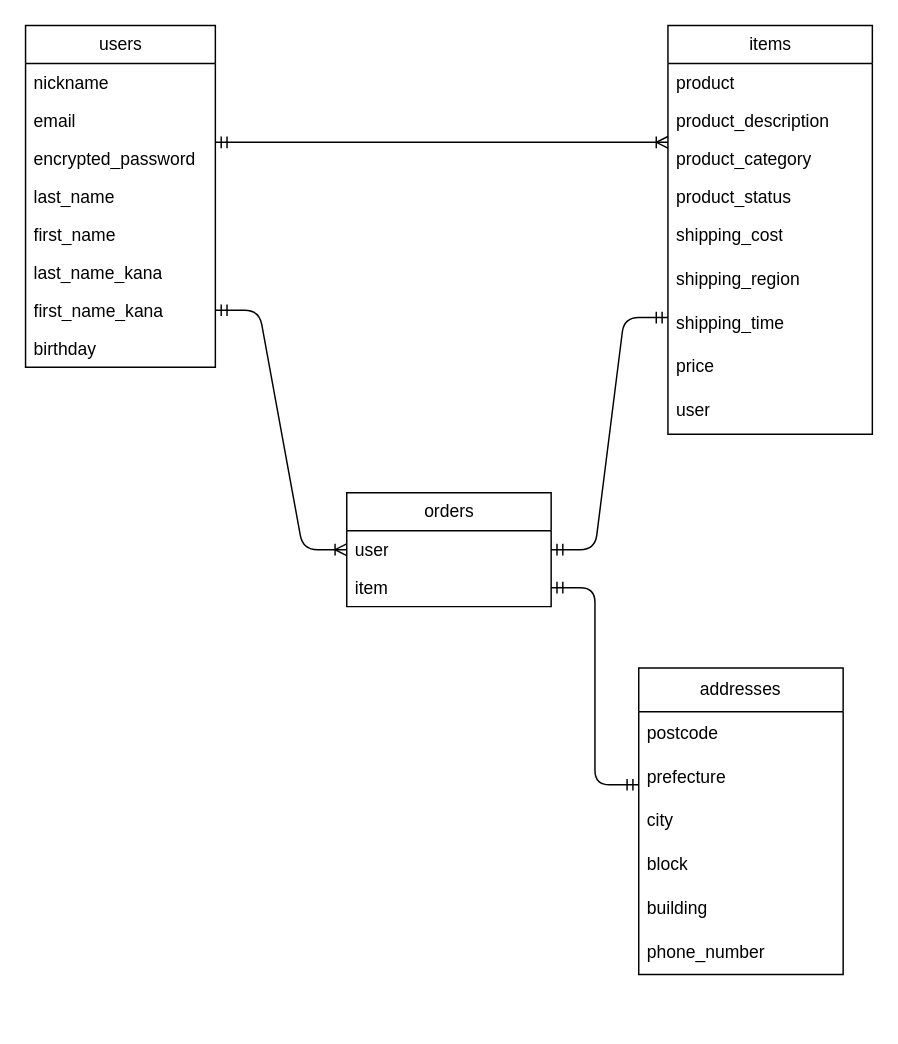
The draw.io diagram er.dio in mika0715/furima-40479, before the edit. Source tidied: cells renumbered, new cells numbered last; positions are measured from the earlier drawing's top-left corner, leaving out a move shared by most shapes. Both pictures are drawn from the tidied source at 146%, with x=0, y=0 at pixel (25, 25).
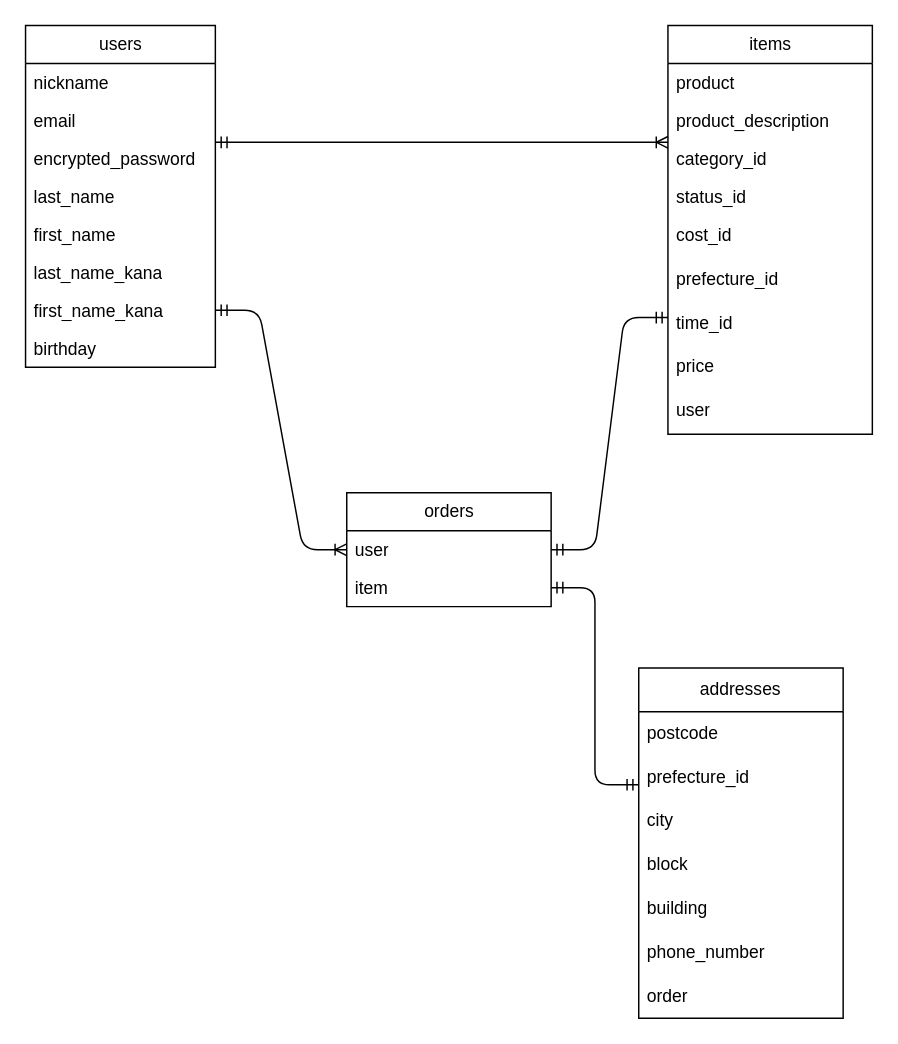
The same page after the edit.

Commit message:
データベース設計の修正2

The change refers to these unchanged cells:
```xml
<mxCell id="11" value="items" style="swimlane;fontStyle=0;horizontal=1;startSize=26;fillColor=none;html=1;" parent="1" vertex="1">
  <mxGeometry x="440" width="140" height="280" as="geometry" />
</mxCell>
```

Diff of the diagram source:
```diff
@@
-    <mxCell id="14" value="product_category" style="text;strokeColor=none;fillColor=none;align=left;verticalAlign=top;spacingLeft=4;spacingRight=4;overflow=hidden;whiteSpace=wrap;html=1;" parent="11" vertex="1">
+    <mxCell id="14" value="category_id" style="text;strokeColor=none;fillColor=none;align=left;verticalAlign=top;spacingLeft=4;spacingRight=4;overflow=hidden;whiteSpace=wrap;html=1;" parent="11" vertex="1">
       <mxGeometry y="78" width="140" height="26" as="geometry" />
     </mxCell>
-    <mxCell id="15" value="product_status" style="text;strokeColor=none;fillColor=none;align=left;verticalAlign=top;spacingLeft=4;spacingRight=4;overflow=hidden;whiteSpace=wrap;html=1;" parent="11" vertex="1">
+    <mxCell id="15" value="status_id" style="text;strokeColor=none;fillColor=none;align=left;verticalAlign=top;spacingLeft=4;spacingRight=4;overflow=hidden;whiteSpace=wrap;html=1;" parent="11" vertex="1">
       <mxGeometry y="104" width="140" height="26" as="geometry" />
     </mxCell>
-    <mxCell id="16" value="shipping_cost" style="text;strokeColor=none;fillColor=none;align=left;verticalAlign=top;spacingLeft=4;spacingRight=4;overflow=hidden;whiteSpace=wrap;html=1;" parent="11" vertex="1">
+    <mxCell id="16" value="cost_id" style="text;strokeColor=none;fillColor=none;align=left;verticalAlign=top;spacingLeft=4;spacingRight=4;overflow=hidden;whiteSpace=wrap;html=1;" parent="11" vertex="1">
       <mxGeometry y="130" width="140" height="30" as="geometry" />
     </mxCell>
-    <mxCell id="17" value="shipping_region" style="text;strokeColor=none;fillColor=none;align=left;verticalAlign=top;spacingLeft=4;spacingRight=4;overflow=hidden;whiteSpace=wrap;html=1;" parent="11" vertex="1">
+    <mxCell id="17" value="prefecture_id" style="text;strokeColor=none;fillColor=none;align=left;verticalAlign=top;spacingLeft=4;spacingRight=4;overflow=hidden;whiteSpace=wrap;html=1;" parent="11" vertex="1">
       <mxGeometry y="160" width="140" height="30" as="geometry" />
     </mxCell>
-    <mxCell id="18" value="shipping_time" style="text;strokeColor=none;fillColor=none;align=left;verticalAlign=top;spacingLeft=4;spacingRight=4;overflow=hidden;whiteSpace=wrap;html=1;" parent="11" vertex="1">
+    <mxCell id="18" value="time_id" style="text;strokeColor=none;fillColor=none;align=left;verticalAlign=top;spacingLeft=4;spacingRight=4;overflow=hidden;whiteSpace=wrap;html=1;" parent="11" vertex="1">
       <mxGeometry y="190" width="140" height="30" as="geometry" />
     </mxCell>
@@
     <mxCell id="24" value="addresses" style="swimlane;fontStyle=0;horizontal=1;startSize=30;whiteSpace=wrap;html=1;" parent="1" vertex="1">
-      <mxGeometry x="420" y="440" width="140" height="210" as="geometry" />
+      <mxGeometry x="420" y="440" width="140" height="240" as="geometry" />
     </mxCell>
@@
-    <mxCell id="26" value="prefecture" style="text;strokeColor=none;fillColor=none;align=left;verticalAlign=middle;spacingLeft=4;spacingRight=4;overflow=hidden;whiteSpace=wrap;html=1;" parent="24" vertex="1">
+    <mxCell id="26" value="prefecture_id" style="text;strokeColor=none;fillColor=none;align=left;verticalAlign=middle;spacingLeft=4;spacingRight=4;overflow=hidden;whiteSpace=wrap;html=1;" parent="24" vertex="1">
       <mxGeometry y="60" width="140" height="30" as="geometry" />
     </mxCell>
@@
+    <mxCell id="35" value="order" style="text;strokeColor=none;fillColor=none;align=left;verticalAlign=middle;spacingLeft=4;spacingRight=4;overflow=hidden;whiteSpace=wrap;html=1;" parent="24" vertex="1">
+      <mxGeometry y="210" width="140" height="30" as="geometry" />
+    </mxCell>
```
